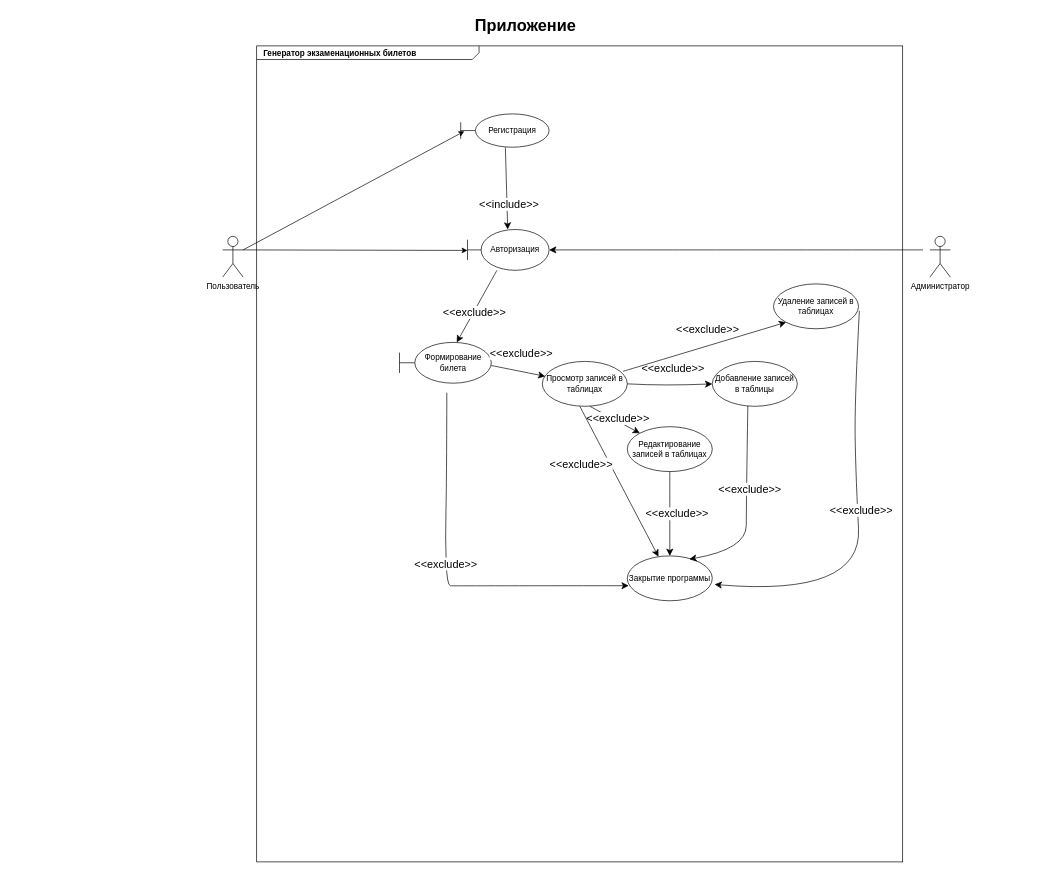
Above: Explanatory note/uml.drawio in constantines3434/Kursach (draw.io), before the change. Source tidied: cells renumbered, new cells numbered last; positions are measured from the earlier drawing's top-left corner, leaving out a move shared by most shapes. Both pictures are drawn from the tidied source at 68%, with x=0, y=0 at pixel (12, 12).
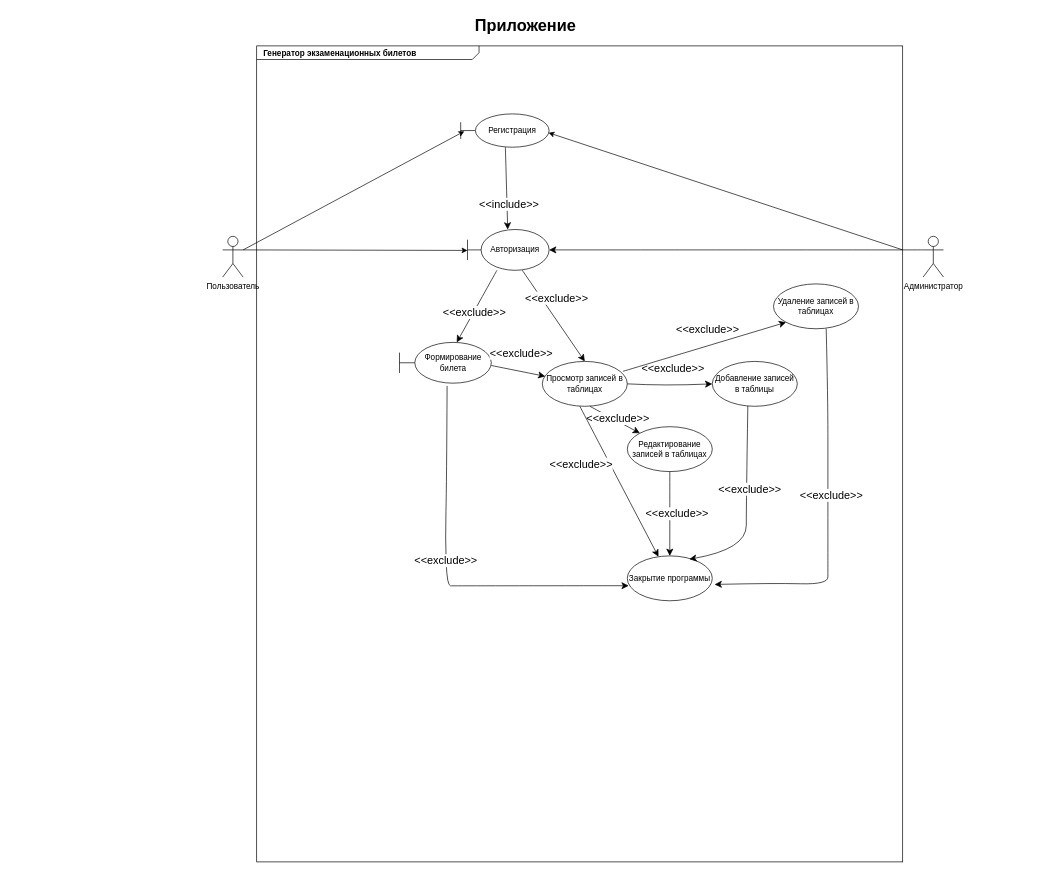
The same page after the edit.

Unchanged cells that the change refers to:
```xml
<mxCell id="2" value="&lt;p style=&quot;margin: 0px ; margin-top: 4px ; margin-left: 10px ; text-align: left&quot;&gt;&lt;b&gt;Генератор экзаменационных билетов&lt;/b&gt;&lt;/p&gt;" style="html=1;strokeWidth=1;shape=mxgraph.sysml.package;html=1;overflow=fill;whiteSpace=wrap;fillColor=none;gradientColor=none;fontSize=12;align=center;labelX=327.64;" parent="1" vertex="1">
  <mxGeometry x="360" y="50" width="950" height="1200" as="geometry" />
</mxCell>
<mxCell id="8" value="Авторизация" style="shape=umlBoundary;whiteSpace=wrap;html=1;" parent="1" vertex="1">
  <mxGeometry x="670" y="320" width="120" height="60" as="geometry" />
</mxCell>
<mxCell id="11" value="Регистрация" style="shape=umlBoundary;whiteSpace=wrap;html=1;" parent="1" vertex="1">
  <mxGeometry x="660" y="150" width="130" height="49" as="geometry" />
</mxCell>
<mxCell id="17" value="Удаление записей в таблицах&lt;br&gt;" style="ellipse;whiteSpace=wrap;html=1;" parent="1" vertex="1">
  <mxGeometry x="1120" y="400" width="125" height="66" as="geometry" />
</mxCell>
<mxCell id="18" value="Просмотр записей в таблицах" style="ellipse;whiteSpace=wrap;html=1;" parent="1" vertex="1">
  <mxGeometry x="780" y="514" width="125" height="66" as="geometry" />
</mxCell>
<mxCell id="20" value="Закрытие программы" style="ellipse;whiteSpace=wrap;html=1;" parent="1" vertex="1">
  <mxGeometry x="905" y="800" width="125" height="66" as="geometry" />
</mxCell>
```

What changed in the source:
```diff
@@
     <mxCell id="16" value="Администратор" style="shape=umlActor;verticalLabelPosition=bottom;verticalAlign=top;html=1;" parent="1" vertex="1">
-      <mxGeometry x="1350" y="330" width="30" height="60" as="geometry" />
+      <mxGeometry x="1340" y="330" width="30" height="60" as="geometry" />
     </mxCell>
@@
-    <mxCell id="21" style="endArrow=classic;html=1;rounded=0;fontSize=12;startSize=8;endSize=8;curved=1;exitX=0.521;exitY=0.982;exitDx=0;exitDy=0;exitPerimeter=0;entryX=0.017;entryY=0.664;entryDx=0;entryDy=0;entryPerimeter=0;" parent="1" edge="1" target="20">
+    <mxCell id="21" style="endArrow=classic;html=1;rounded=0;fontSize=12;startSize=8;endSize=8;curved=1;entryX=0.017;entryY=0.664;entryDx=0;entryDy=0;entryPerimeter=0;" parent="1" edge="1" target="20">
       <mxGeometry relative="1" as="geometry">
-        <mxPoint x="639.6" y="560" as="sourcePoint" />
+        <mxPoint x="640" y="550" as="sourcePoint" />
         <Array as="points">
           <mxPoint x="639.3" y="695.1" />
           <mxPoint x="637.3" y="775.1" />
           <mxPoint x="640" y="844" />
           <mxPoint x="650" y="844" />
         </Array>
       </mxGeometry>
     </mxCell>
@@
-    <mxCell id="35" style="endArrow=classic;html=1;rounded=0;fontSize=12;startSize=8;endSize=8;curved=1;entryX=1.027;entryY=0.636;entryDx=0;entryDy=0;exitX=1.01;exitY=0.601;exitDx=0;exitDy=0;exitPerimeter=0;entryPerimeter=0;" parent="1" edge="1" source="17" target="20">
+    <mxCell id="35" style="endArrow=classic;html=1;rounded=0;fontSize=12;startSize=8;endSize=8;curved=1;entryX=1.027;entryY=0.636;entryDx=0;entryDy=0;exitX=0.62;exitY=0.998;exitDx=0;exitDy=0;exitPerimeter=0;entryPerimeter=0;" parent="1" edge="1" source="17" target="20">
       <mxGeometry relative="1" as="geometry">
         <Array as="points">
-          <mxPoint x="1240" y="560" />
-          <mxPoint x="1240" y="660" />
-          <mxPoint x="1250" y="860" />
+          <mxPoint x="1200" y="570" />
+          <mxPoint x="1200" y="670" />
+          <mxPoint x="1200" y="770" />
+          <mxPoint x="1200" y="820" />
+          <mxPoint x="1200" y="842" />
+          <mxPoint x="1120" y="840" />
         </Array>
       </mxGeometry>
     </mxCell>
@@
+    <mxCell id="39" style="endArrow=classic;html=1;rounded=0;fontSize=12;startSize=8;endSize=8;curved=1;entryX=0.5;entryY=0;entryDx=0;entryDy=0;" parent="1" edge="1" source="8" target="18">
+      <mxGeometry relative="1" as="geometry" />
+    </mxCell>
+    <mxCell id="40" value="&amp;lt;&amp;lt;exclude&amp;gt;&amp;gt;" style="edgeLabel;html=1;align=center;verticalAlign=middle;fontSize=16;" parent="39" vertex="1">
+      <mxGeometry relative="1" as="geometry">
+        <mxPoint x="4" y="-26" as="offset" />
+      </mxGeometry>
+    </mxCell>
+    <mxCell id="41" style="endArrow=classic;html=1;rounded=0;exitX=1;exitY=0.25;exitDx=0;exitDy=0;exitPerimeter=0;entryX=0.994;entryY=0.566;entryDx=0;entryDy=0;entryPerimeter=0;" parent="1" edge="1" source="2" target="11">
+      <mxGeometry relative="1" as="geometry" />
+    </mxCell>
```
